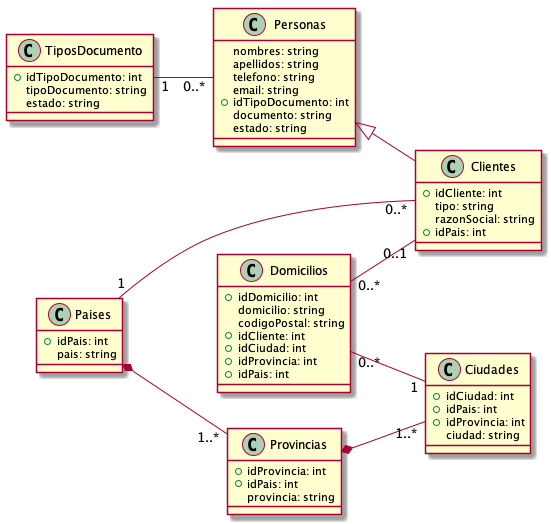
ZMGestion/DocumentacionZMGestion keeps this PlantUML diagram as Informe Final/Imagenes/DiagramaClases/Vistas/vistaClientes.png. Above is the earlier version. Source of this version:
```plantuml
@startuml vistaClientes
class Personas{
   nombres: string
   apellidos: string
   telefono: string
   email: string
   +idTipoDocumento: int
   documento: string
   estado: string
}
class Clientes{
    +idCliente: int
    tipo: string
    razonSocial: string
    +idPais: int
}
class TiposDocumento{
   +idTipoDocumento: int
   tipoDocumento: string
   estado: string
}
class Paises{
    +idPais: int
    pais: string
}
class Provincias{
    +idProvincia: int
    +idPais: int
    provincia: string
}
class Ciudades{
    +idCiudad: int
    +idPais: int
    +idProvincia: int
    ciudad: string
}
class Domicilios{
    +idDomicilio: int
    domicilio: string
    codigoPostal: string
    +idCliente: int
    +idCiudad: int
    +idProvincia: int
    +idPais: int
}

left to right direction
Personas <|-- Clientes
Paises  *-- "1..*" Provincias
Provincias  *-- "1..*" Ciudades
Paises "1"--"0..*" Clientes
Domicilios "0..*"--"0..1" Clientes
TiposDocumento "1"--"0..*" Personas
Domicilios "0..*" -- "1" Ciudades
@enduml
```
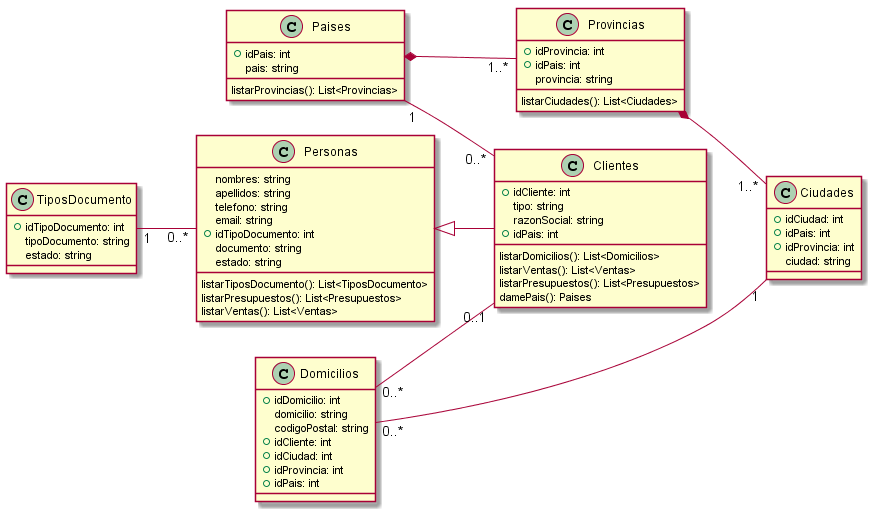
Later version of the same file.

What changed in the source:
```diff
@@ -7,12 +7,21 @@
    +idTipoDocumento: int
    documento: string
    estado: string
+
+   listarTiposDocumento(): List<TiposDocumento>
+   listarPresupuestos(): List<Presupuestos>
+   listarVentas(): List<Ventas>
 }
 class Clientes{
     +idCliente: int
     tipo: string
     razonSocial: string
     +idPais: int
+
+    listarDomicilios(): List<Domicilios>
+    listarVentas(): List<Ventas>
+    listarPresupuestos(): List<Presupuestos>
+    damePais(): Paises
 }
 class TiposDocumento{
    +idTipoDocumento: int
@@ -22,11 +31,15 @@
 class Paises{
     +idPais: int
     pais: string
+
+    listarProvincias(): List<Provincias>
 }
 class Provincias{
     +idProvincia: int
     +idPais: int
     provincia: string
+
+    listarCiudades(): List<Ciudades>
 }
 class Ciudades{
     +idCiudad: int
```
